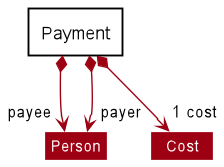
ramapriyan912001/tp keeps this PlantUML diagram as docs/images/PaymentClassDiagram.png. Above is the earlier version.
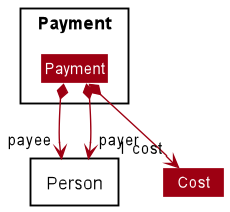
After the commit.

The edit, as a diff of the source:
```diff
@@ -5,7 +5,10 @@
 skinparam classBackgroundColor MODEL_COLOR
 
 Package Payment <<Rectangle>>{
+    Class Payment
+}
 
+Package Person <<Rectangle>>{
 }
 
 Payment *--> "payee" Person
```
